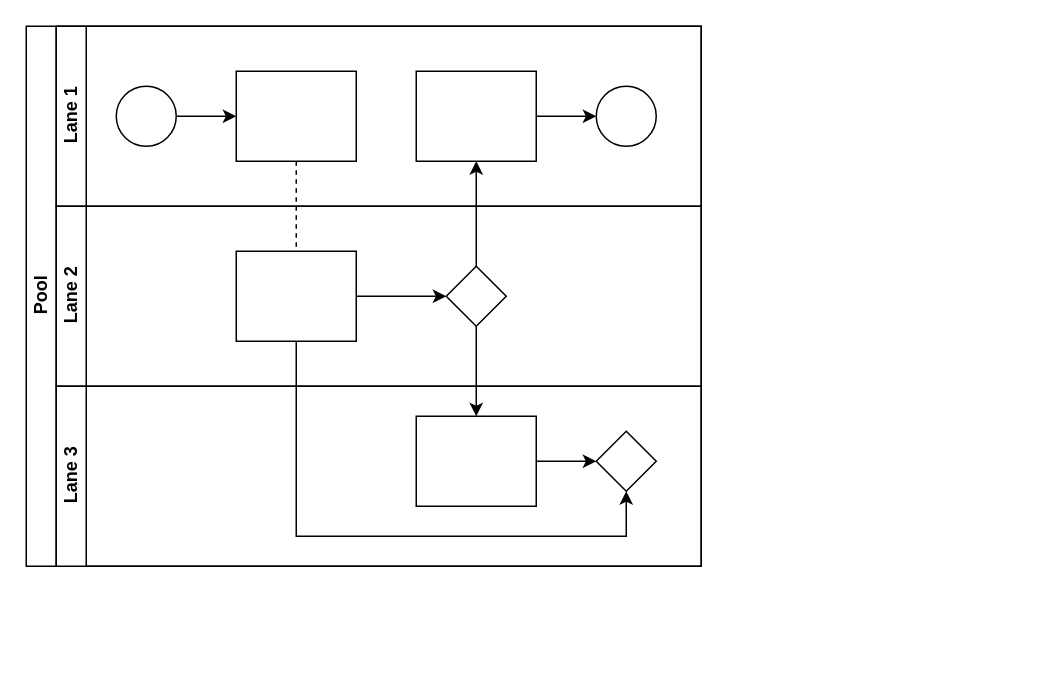
The draw.io diagram work/未命名绘图.drawio in kaimz/uml, before the edit. Source tidied: cells renumbered, new cells numbered last; positions are measured from the earlier drawing's top-left corner, leaving out a move shared by most shapes. Both pictures are drawn from the tidied source at 150%, with x=0, y=0 at pixel (26, 26).
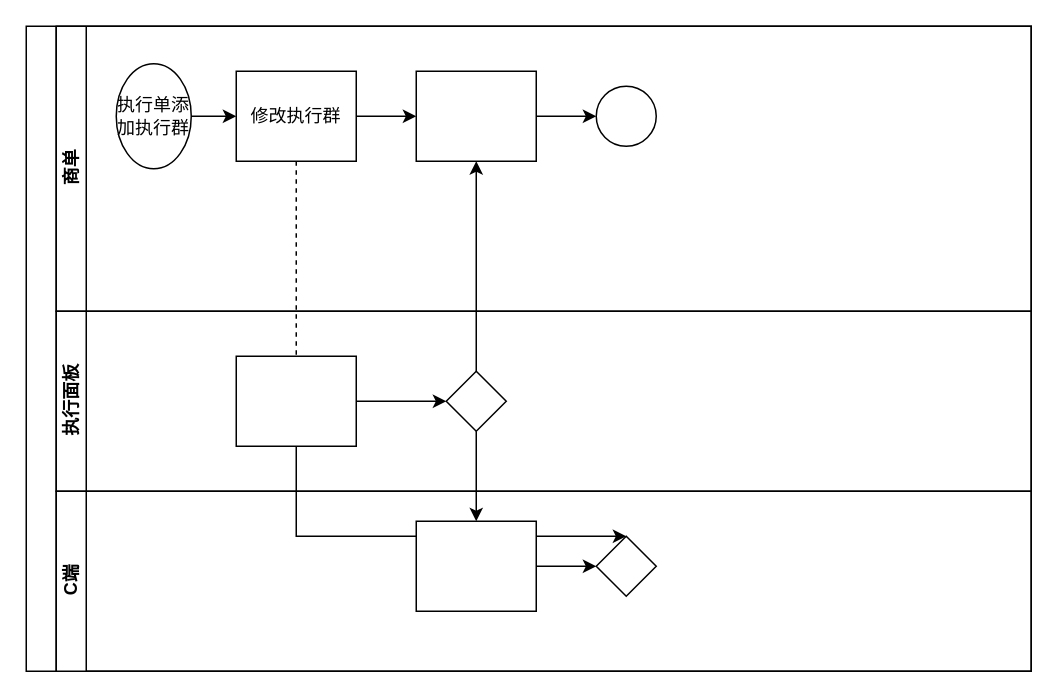
Above is the later version.

Commit message:
更新未命名绘图.drawio

Unchanged cells that the change refers to:
```xml
<mxCell id="12" style="rounded=0;whiteSpace=wrap;html=1;fontFamily=Helvetica;fontSize=12;fontColor=#000000;align=center;" parent="7" vertex="1">
  <mxGeometry x="240" y="30" width="80" height="60" as="geometry" />
</mxCell>
```

Diff of the diagram source:
```diff
@@
-    <mxCell id="2" value="Pool" style="swimlane;html=1;horizontal=0;startSize=20;" parent="1" vertex="1">
-      <mxGeometry width="450" height="360" as="geometry" />
+    <mxCell id="2" style="swimlane;html=1;horizontal=0;startSize=20;" parent="1" vertex="1">
+      <mxGeometry width="670" height="430" as="geometry" />
     </mxCell>
@@
-    <mxCell id="7" value="Lane 1" style="swimlane;html=1;startSize=20;horizontal=0;" parent="2" vertex="1">
-      <mxGeometry x="20" width="430" height="120" as="geometry" />
+    <mxCell id="7" value="商单" style="swimlane;html=1;startSize=20;horizontal=0;" parent="2" vertex="1">
+      <mxGeometry x="20" width="650" height="190" as="geometry" />
     </mxCell>
@@
-    <mxCell id="9" style="ellipse;whiteSpace=wrap;html=1;" parent="7" vertex="1">
-      <mxGeometry x="40" y="40" width="40" height="40" as="geometry" />
+    <mxCell id="9" value="执行单添加执行群" style="ellipse;whiteSpace=wrap;html=1;" parent="7" vertex="1">
+      <mxGeometry x="40" y="25" width="50" height="70" as="geometry" />
     </mxCell>
+    <mxCell id="22" style="edgeStyle=orthogonalEdgeStyle;rounded=0;jettySize=auto;html=1;exitX=1;exitY=0.5;exitDx=0;exitDy=0;entryX=0;entryY=0.5;entryDx=0;entryDy=0;" parent="7" edge="1" source="10" target="12">
+      <mxGeometry relative="1" as="geometry" />
+    </mxCell>
-    <mxCell id="10" style="rounded=0;whiteSpace=wrap;html=1;fontFamily=Helvetica;fontSize=12;fontColor=#000000;align=center;" parent="7" vertex="1">
+    <mxCell id="10" value="修改执行群" style="rounded=0;whiteSpace=wrap;html=1;fontFamily=Helvetica;fontSize=12;fontColor=#000000;align=center;" parent="7" vertex="1">
       <mxGeometry x="120" y="30" width="80" height="60" as="geometry" />
     </mxCell>
@@
-    <mxCell id="14" value="Lane 2" style="swimlane;html=1;startSize=20;horizontal=0;" parent="2" vertex="1">
-      <mxGeometry x="20" y="120" width="430" height="120" as="geometry" />
+    <mxCell id="14" value="执行面板" style="swimlane;html=1;startSize=20;horizontal=0;" parent="2" vertex="1">
+      <mxGeometry x="20" y="190" width="650" height="120" as="geometry" />
     </mxCell>
@@
-    <mxCell id="18" value="Lane 3" style="swimlane;html=1;startSize=20;horizontal=0;" parent="2" vertex="1">
-      <mxGeometry x="20" y="240" width="430" height="120" as="geometry" />
+    <mxCell id="18" value="C端" style="swimlane;html=1;startSize=20;horizontal=0;" parent="2" vertex="1">
+      <mxGeometry x="20" y="310" width="650" height="120" as="geometry" />
     </mxCell>
```
